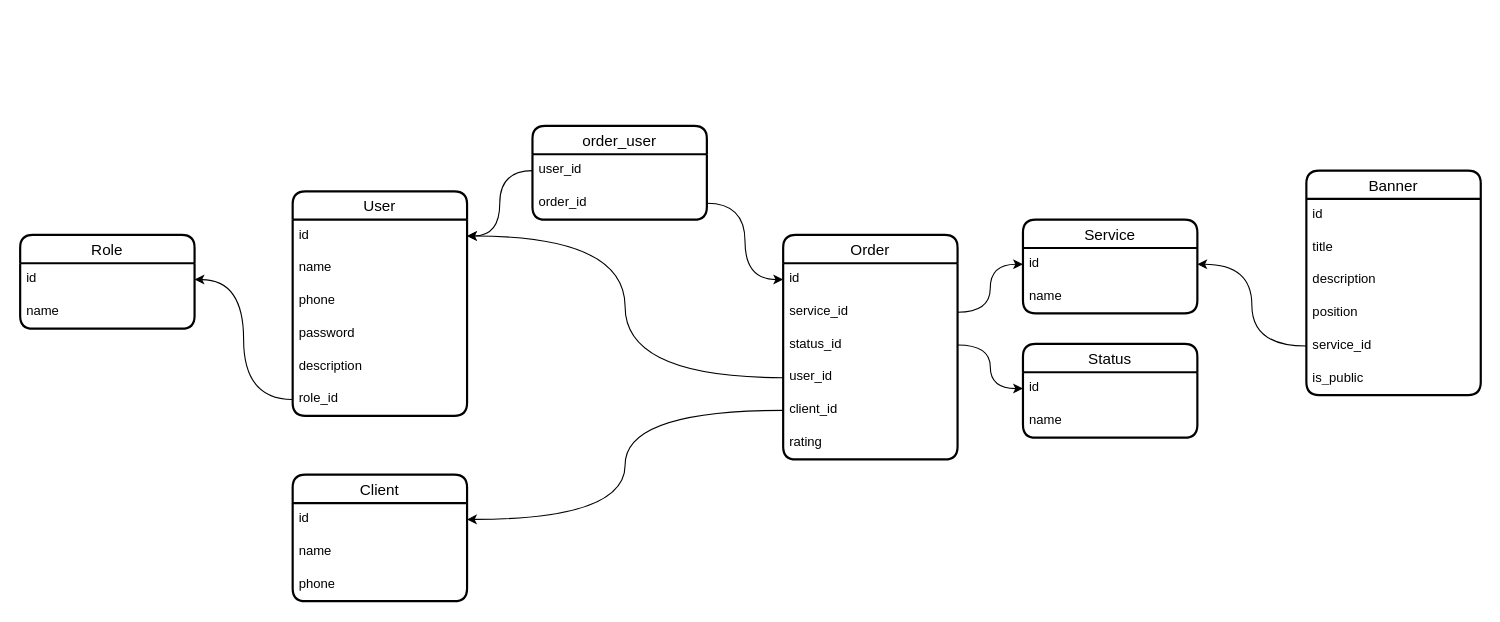
Above: santex.drawio in iztileuoff/databases (draw.io), before the change. Source tidied: cells renumbered, new cells numbered last; positions are measured from the earlier drawing's top-left corner, leaving out a move shared by most shapes. Both pictures are drawn from the tidied source at 109%, with x=0, y=0 at pixel (20, 125).
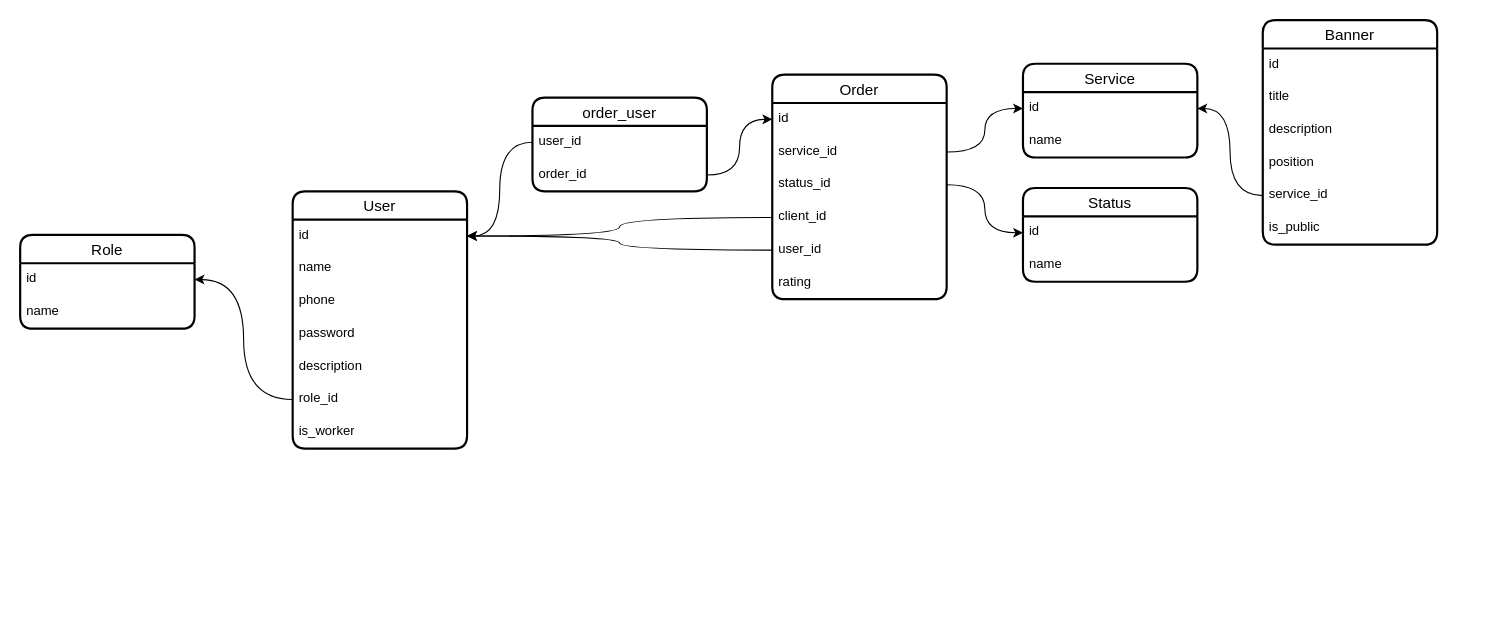
The same page after the edit.

The change refers to these unchanged cells:
```xml
<mxCell id="3" value="id" style="text;strokeColor=none;fillColor=none;spacingLeft=4;spacingRight=4;overflow=hidden;points=[[0,0.5],[1,0.5]];portConstraint=eastwest;fontSize=12;whiteSpace=wrap;html=1;" parent="2" vertex="1">
  <mxGeometry y="26" width="160" height="30" as="geometry" />
</mxCell>
```

Diff of the diagram source:
```diff
@@
     <mxCell id="2" value="User" style="swimlane;fontStyle=0;horizontal=1;startSize=26;align=center;fontSize=14;strokeWidth=2;rounded=1;shadow=0;glass=0;swimlaneLine=1;" parent="1" vertex="1">
-      <mxGeometry x="250" y="60" width="160" height="206" as="geometry" />
+      <mxGeometry x="250" y="60" width="160" height="236" as="geometry" />
     </mxCell>
@@
+    <mxCell id="47" value="is_worker" style="text;strokeColor=none;fillColor=none;spacingLeft=4;spacingRight=4;overflow=hidden;fontSize=12;whiteSpace=wrap;html=1;" parent="2" vertex="1">
+      <mxGeometry y="206" width="160" height="30" as="geometry" />
+    </mxCell>
@@
     <mxCell id="13" value="Service" style="swimlane;fontStyle=0;horizontal=1;startSize=26;align=center;fontSize=14;strokeWidth=2;rounded=1;shadow=0;glass=0;swimlaneLine=1;" parent="1" vertex="1">
-      <mxGeometry x="920" y="86" width="160" height="86" as="geometry" />
+      <mxGeometry x="920" y="-57" width="160" height="86" as="geometry" />
     </mxCell>
@@
-    <mxCell id="16" value="Client" style="swimlane;fontStyle=0;horizontal=1;startSize=26;align=center;fontSize=14;strokeWidth=2;rounded=1;shadow=0;glass=0;swimlaneLine=1;" parent="1" vertex="1">
-      <mxGeometry x="250" y="320" width="160" height="116" as="geometry" />
-    </mxCell>
-    <mxCell id="17" value="id" style="text;strokeColor=none;fillColor=none;spacingLeft=4;spacingRight=4;overflow=hidden;points=[[0,0.5],[1,0.5]];portConstraint=eastwest;fontSize=12;whiteSpace=wrap;html=1;" parent="16" vertex="1">
-      <mxGeometry y="26" width="160" height="30" as="geometry" />
-    </mxCell>
-    <mxCell id="18" value="name" style="text;strokeColor=none;fillColor=none;spacingLeft=4;spacingRight=4;overflow=hidden;fontSize=12;whiteSpace=wrap;html=1;" parent="16" vertex="1">
-      <mxGeometry y="56" width="160" height="30" as="geometry" />
-    </mxCell>
-    <mxCell id="19" value="phone" style="text;strokeColor=none;fillColor=none;spacingLeft=4;spacingRight=4;overflow=hidden;fontSize=12;whiteSpace=wrap;html=1;" parent="16" vertex="1">
-      <mxGeometry y="86" width="160" height="30" as="geometry" />
-    </mxCell>
     <mxCell id="20" value="Order" style="swimlane;fontStyle=0;horizontal=1;startSize=26;align=center;fontSize=14;strokeWidth=2;rounded=1;shadow=0;glass=0;swimlaneLine=1;" parent="1" vertex="1">
-      <mxGeometry x="700" y="100" width="160" height="206" as="geometry" />
+      <mxGeometry x="690" y="-47" width="160" height="206" as="geometry" />
     </mxCell>
@@
+    <mxCell id="25" value="client_id" style="text;strokeColor=none;fillColor=none;spacingLeft=4;spacingRight=4;overflow=hidden;points=[[0,0.5],[1,0.5]];portConstraint=eastwest;fontSize=12;whiteSpace=wrap;html=1;" parent="20" vertex="1">
+      <mxGeometry y="116" width="160" height="30" as="geometry" />
+    </mxCell>
     <mxCell id="24" value="user_id" style="text;strokeColor=none;fillColor=none;spacingLeft=4;spacingRight=4;overflow=hidden;points=[[0,0.5],[1,0.5]];portConstraint=eastwest;fontSize=12;whiteSpace=wrap;html=1;" parent="20" vertex="1">
-      <mxGeometry y="116" width="160" height="30" as="geometry" />
+      <mxGeometry y="146" width="160" height="30" as="geometry" />
     </mxCell>
-    <mxCell id="25" value="client_id" style="text;strokeColor=none;fillColor=none;spacingLeft=4;spacingRight=4;overflow=hidden;points=[[0,0.5],[1,0.5]];portConstraint=eastwest;fontSize=12;whiteSpace=wrap;html=1;" parent="20" vertex="1">
-      <mxGeometry y="146" width="160" height="30" as="geometry" />
-    </mxCell>
@@
     <mxCell id="27" value="Status" style="swimlane;fontStyle=0;horizontal=1;startSize=26;align=center;fontSize=14;strokeWidth=2;rounded=1;shadow=0;glass=0;swimlaneLine=1;" parent="1" vertex="1">
-      <mxGeometry x="920" y="200" width="160" height="86" as="geometry" />
+      <mxGeometry x="920" y="57" width="160" height="86" as="geometry" />
     </mxCell>
@@
     <mxCell id="30" value="order_user" style="swimlane;fontStyle=0;horizontal=1;startSize=26;align=center;fontSize=14;strokeWidth=2;rounded=1;shadow=0;glass=0;swimlaneLine=1;" parent="1" vertex="1">
-      <mxGeometry x="470" width="160" height="86" as="geometry" />
+      <mxGeometry x="470" y="-26" width="160" height="86" as="geometry" />
     </mxCell>
@@
     <mxCell id="38" value="Banner" style="swimlane;fontStyle=0;horizontal=1;startSize=26;align=center;fontSize=14;strokeWidth=2;rounded=1;shadow=0;glass=0;swimlaneLine=1;" parent="1" vertex="1">
-      <mxGeometry x="1180" y="41" width="160" height="206" as="geometry" />
+      <mxGeometry x="1140" y="-97" width="160" height="206" as="geometry" />
     </mxCell>
@@
-    <mxCell id="46" style="edgeStyle=orthogonalEdgeStyle;rounded=0;jettySize=auto;html=1;entryX=1;entryY=0.5;entryDx=0;entryDy=0;curved=1;" parent="1" edge="1" source="25" target="17">
-      <mxGeometry relative="1" as="geometry" />
-    </mxCell>
+    <mxCell id="48" style="edgeStyle=orthogonalEdgeStyle;rounded=0;jettySize=auto;html=1;entryX=1;entryY=0.5;entryDx=0;entryDy=0;curved=1;" parent="1" edge="1" source="25" target="3">
+      <mxGeometry relative="1" as="geometry" />
+    </mxCell>
```
